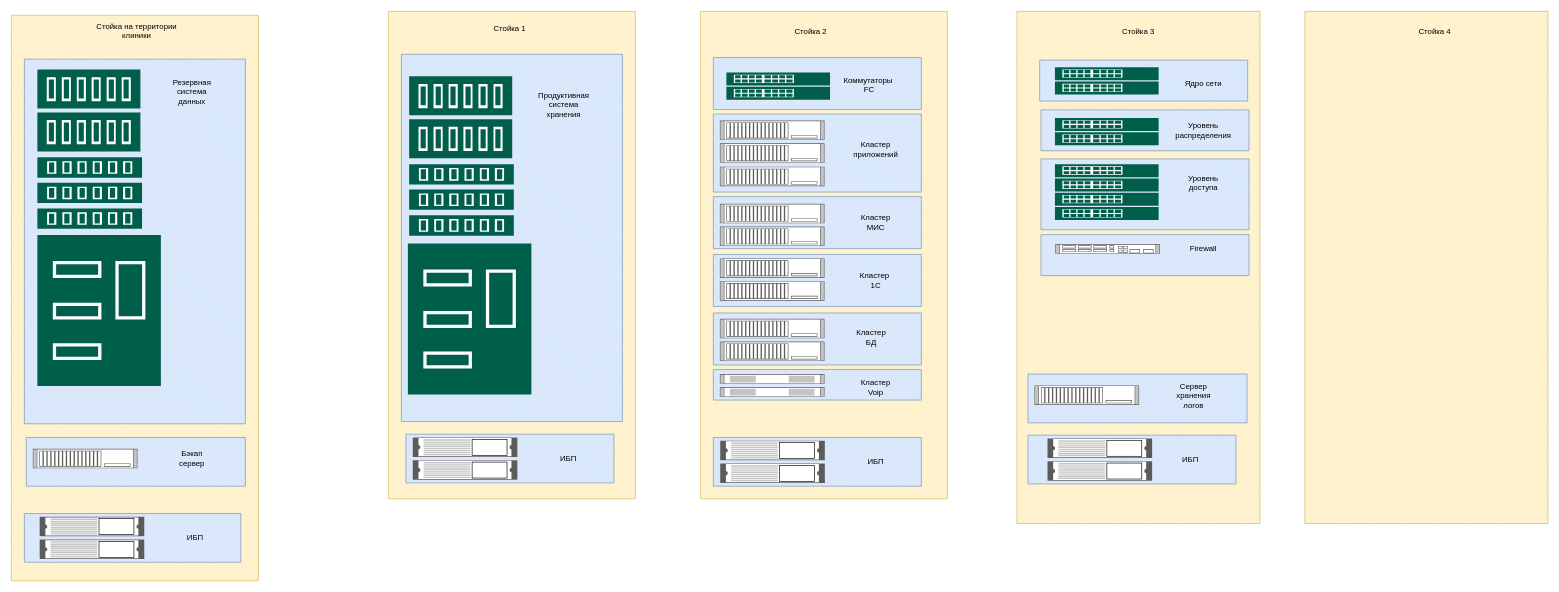
This is page "Racks" (4 of 4) of Untitled Diagram.drawio from morzhov/trinity, a draw.io file, before an edit. Source tidied: cells renumbered, new cells numbered last; positions are measured from the earlier drawing's top-left corner, leaving out a move shared by most shapes. Both pictures are drawn from the tidied source at 65%, with x=0, y=0 at pixel (11, 11).
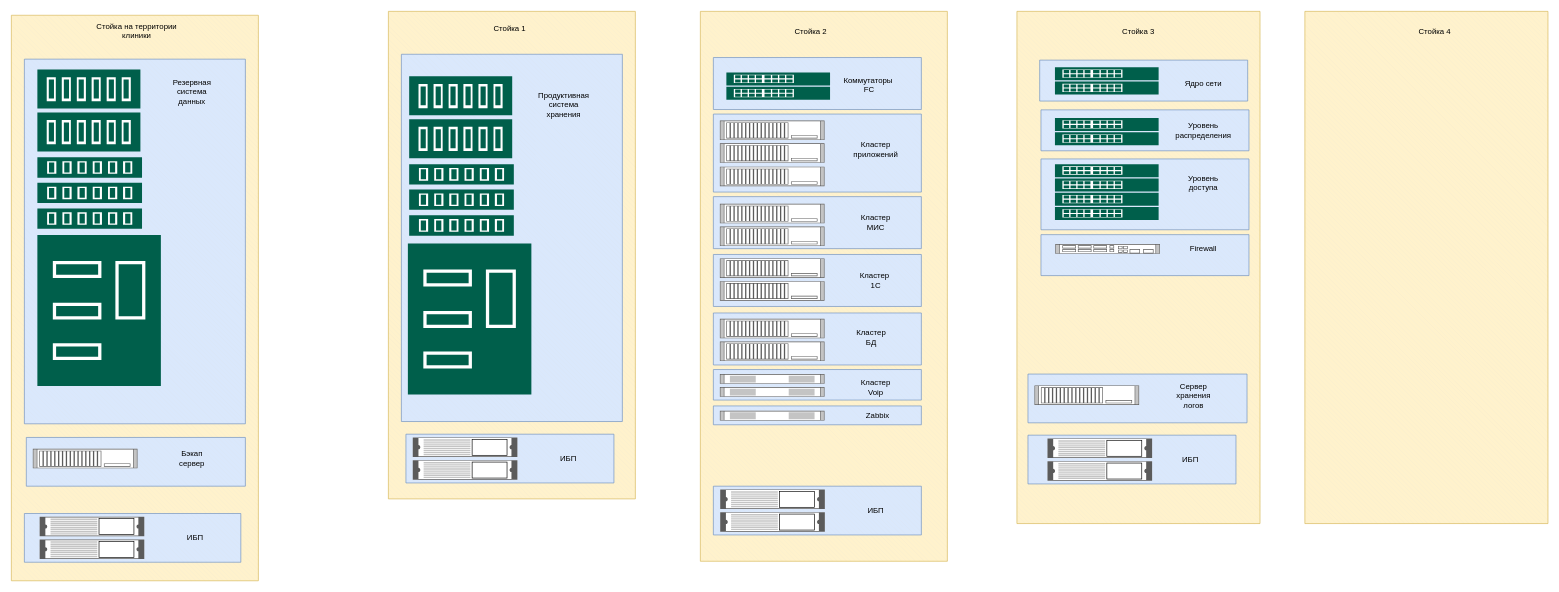
The same page after the edit.

Change to the diagram source:
```diff
@@
+    <mxCell id="6" style="verticalLabelPosition=bottom;verticalAlign=top;html=1;shape=mxgraph.basic.patternFillRect;fillStyle=diagRev;step=5;fillStrokeWidth=0.2;fillStrokeColor=#dddddd;fillColor=#fff2cc;strokeColor=#d6b656;" parent="1" vertex="1">
+      <mxGeometry x="1060" width="380" height="846" as="geometry" />
+    </mxCell>
+    <mxCell id="88" style="verticalLabelPosition=bottom;verticalAlign=top;html=1;shape=mxgraph.basic.patternFillRect;fillStyle=diagRev;step=5;fillStrokeWidth=0.2;fillStrokeColor=#dddddd;fillColor=#dae8fc;strokeColor=#6c8ebf;" parent="1" vertex="1">
+      <mxGeometry x="1080" y="607" width="320" height="29" as="geometry" />
+    </mxCell>
@@
-    <mxCell id="6" style="verticalLabelPosition=bottom;verticalAlign=top;html=1;shape=mxgraph.basic.patternFillRect;fillStyle=diagRev;step=5;fillStrokeWidth=0.2;fillStrokeColor=#dddddd;fillColor=#fff2cc;strokeColor=#d6b656;" parent="1" vertex="1">
-      <mxGeometry x="1060" width="380" height="750" as="geometry" />
-    </mxCell>
@@
     <mxCell id="15" style="verticalLabelPosition=bottom;verticalAlign=top;html=1;shape=mxgraph.basic.patternFillRect;fillStyle=diagRev;step=5;fillStrokeWidth=0.2;fillStrokeColor=#dddddd;fillColor=#dae8fc;strokeColor=#6c8ebf;" parent="1" vertex="1">
-      <mxGeometry x="1080" y="655.5" width="320" height="75" as="geometry" />
+      <mxGeometry x="1080" y="730.5" width="320" height="75" as="geometry" />
     </mxCell>
@@
     <mxCell id="30" style="shape=mxgraph.rack.apc.apc_smart_ups_1000-3000_va_2u;html=1;labelPosition=right;align=left;spacingLeft=15;dashed=0;shadow=0;fillColor=#ffffff;" parent="1" vertex="1">
-      <mxGeometry x="1090.5" y="660.5" width="161" height="30" as="geometry" />
+      <mxGeometry x="1090.5" y="735.5" width="161" height="30" as="geometry" />
     </mxCell>
     <mxCell id="31" style="shape=mxgraph.rack.apc.apc_smart_ups_1000-3000_va_2u;html=1;labelPosition=right;align=left;spacingLeft=15;dashed=0;shadow=0;fillColor=#ffffff;" parent="1" vertex="1">
-      <mxGeometry x="1090.5" y="695.5" width="161" height="30" as="geometry" />
+      <mxGeometry x="1090.5" y="770.5" width="161" height="30" as="geometry" />
     </mxCell>
@@
     <mxCell id="55" value="ИБП" style="text;strokeColor=none;align=center;fillColor=none;html=1;verticalAlign=middle;whiteSpace=wrap;rounded=0;" parent="1" vertex="1">
-      <mxGeometry x="1300" y="678" width="60" height="30" as="geometry" />
+      <mxGeometry x="1300" y="753" width="60" height="30" as="geometry" />
     </mxCell>
@@
+    <mxCell id="89" style="shape=mxgraph.rack.ibm.ibm_1754_local_console_manager;html=1;labelPosition=right;align=left;spacingLeft=15;dashed=0;shadow=0;fillColor=#ffffff;" parent="1" vertex="1">
+      <mxGeometry x="1090" y="614.5" width="161" height="15" as="geometry" />
+    </mxCell>
+    <mxCell id="90" value="Zabbix" style="text;strokeColor=none;align=center;fillColor=none;html=1;verticalAlign=middle;whiteSpace=wrap;rounded=0;" parent="1" vertex="1">
+      <mxGeometry x="1303" y="607" width="60" height="30" as="geometry" />
+    </mxCell>
```
